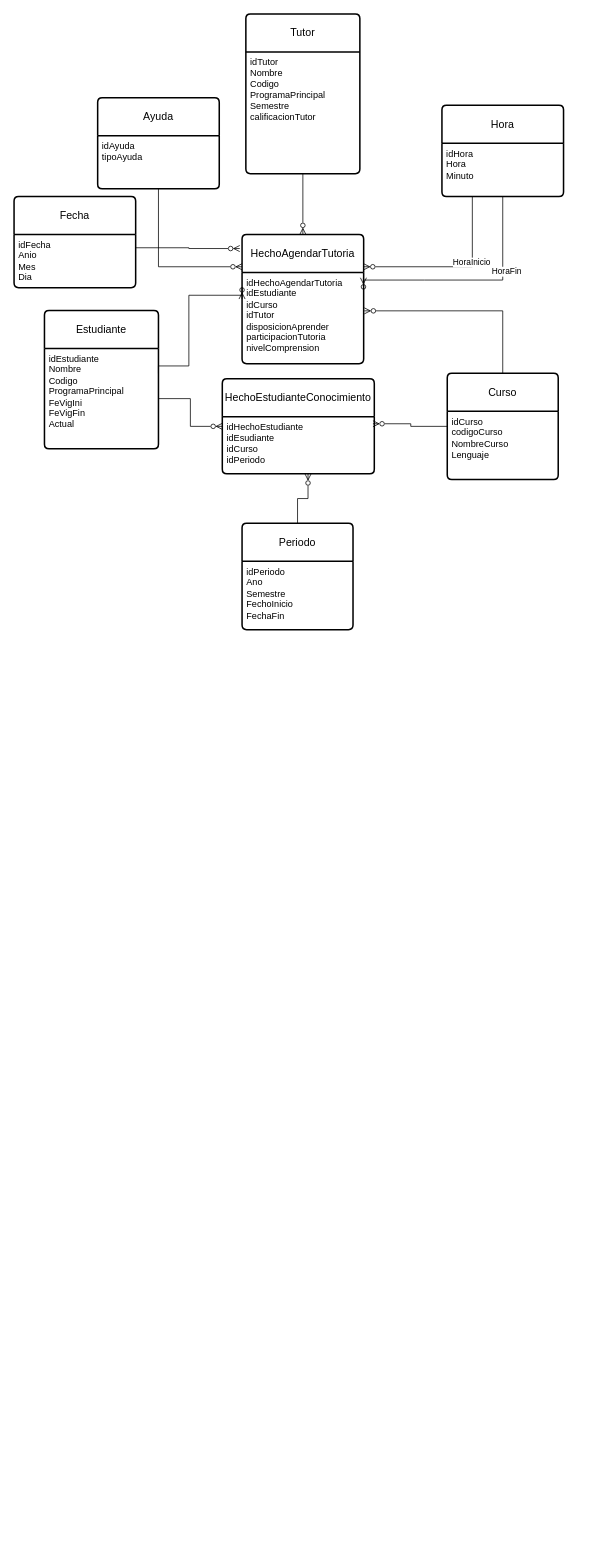
Before: PracticaP2.drawio in CamiloC21/DiagramasIN, a draw.io diagram. Source tidied: cells renumbered, new cells numbered last; positions are measured from the earlier drawing's top-left corner, leaving out a move shared by most shapes. Both pictures are drawn from the tidied source at 76%, with x=0, y=0 at pixel (14, 14).
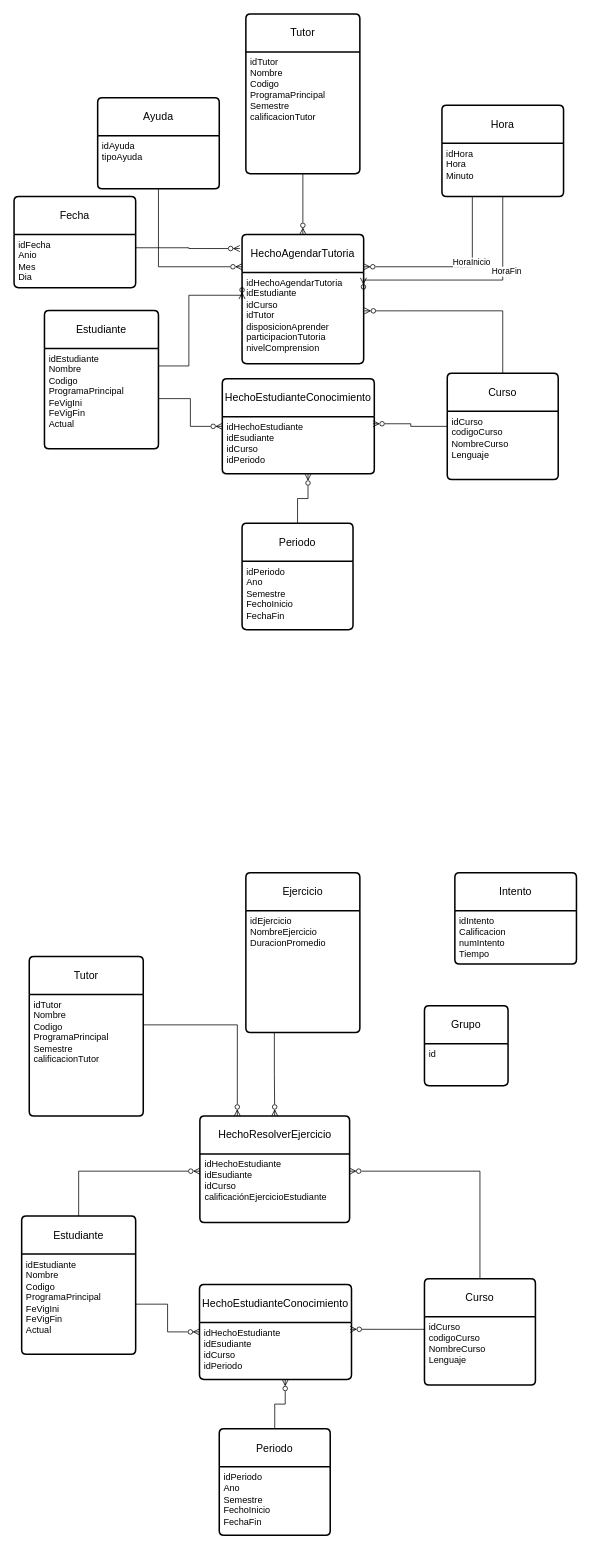
Above is the later version.

Diff of the diagram source:
```diff
@@
+    <mxCell id="32" style="edgeStyle=orthogonalEdgeStyle;rounded=0;jettySize=auto;html=1;exitX=0.5;exitY=0;exitDx=0;exitDy=0;entryX=0;entryY=0.25;entryDx=0;entryDy=0;endArrow=ERzeroToMany;endFill=0;" parent="1" edge="1" source="33" target="46">
+      <mxGeometry relative="1" as="geometry" />
+    </mxCell>
+    <mxCell id="33" value="Estudiante" style="swimlane;horizontal=1;startSize=50;rounded=1;fontSize=14;fontStyle=0;strokeWidth=2;shadow=0;dashed=0;align=center;arcSize=4;whiteSpace=wrap;html=1;" parent="1" vertex="1">
+      <mxGeometry x="10" y="1581.5" width="150" height="182" as="geometry" />
+    </mxCell>
+    <mxCell id="34" value="idEstudiante&lt;div&gt;Nombre&lt;/div&gt;&lt;div&gt;Codigo&lt;/div&gt;&lt;div&gt;ProgramaPrincipal&lt;/div&gt;&lt;div&gt;FeVigIni&lt;/div&gt;&lt;div&gt;FeVigFin&lt;/div&gt;&lt;div&gt;Actual&lt;/div&gt;" style="align=left;strokeColor=none;fillColor=none;spacingLeft=4;spacingRight=4;fontSize=12;verticalAlign=top;html=1;whiteSpace=wrap;" parent="33" vertex="1">
+      <mxGeometry y="50" width="150" height="132" as="geometry" />
+    </mxCell>
+    <mxCell id="35" value="HechoEstudianteConocimiento" style="swimlane;horizontal=1;startSize=50;rounded=1;fontSize=14;fontStyle=0;strokeWidth=2;shadow=0;dashed=0;align=center;arcSize=4;whiteSpace=wrap;html=1;" parent="1" vertex="1">
+      <mxGeometry x="244" y="1671.5" width="200" height="125" as="geometry" />
+    </mxCell>
+    <mxCell id="36" value="&lt;div&gt;idHechoEstudiante&lt;/div&gt;idEsudiante&lt;div&gt;idCurso&lt;/div&gt;&lt;div&gt;idPeriodo&lt;/div&gt;" style="align=left;strokeColor=none;fillColor=none;spacingLeft=4;spacingRight=4;fontSize=12;verticalAlign=top;html=1;whiteSpace=wrap;" parent="35" vertex="1">
+      <mxGeometry y="50" width="200" height="75" as="geometry" />
+    </mxCell>
+    <mxCell id="37" style="edgeStyle=orthogonalEdgeStyle;rounded=0;jettySize=auto;html=1;exitX=1;exitY=0.5;exitDx=0;exitDy=0;entryX=0;entryY=0.5;entryDx=0;entryDy=0;endArrow=ERzeroToMany;endFill=0;" parent="1" edge="1" source="34" target="35">
+      <mxGeometry relative="1" as="geometry" />
+    </mxCell>
+    <mxCell id="38" value="Periodo" style="swimlane;horizontal=1;startSize=50;rounded=1;fontSize=14;fontStyle=0;strokeWidth=2;shadow=0;dashed=0;align=center;arcSize=4;whiteSpace=wrap;html=1;" parent="1" vertex="1">
+      <mxGeometry x="270" y="1861.5" width="146" height="140" as="geometry" />
+    </mxCell>
+    <mxCell id="39" value="idPeriodo&lt;div&gt;Ano&lt;/div&gt;&lt;div&gt;Semestre&lt;/div&gt;&lt;div&gt;FechoInicio&lt;/div&gt;&lt;div&gt;FechaFin&lt;/div&gt;&lt;div&gt;&lt;br&gt;&lt;/div&gt;" style="align=left;strokeColor=none;fillColor=none;spacingLeft=4;spacingRight=4;fontSize=12;verticalAlign=top;html=1;whiteSpace=wrap;" parent="38" vertex="1">
+      <mxGeometry y="50" width="146" height="90" as="geometry" />
+    </mxCell>
+    <mxCell id="40" style="edgeStyle=orthogonalEdgeStyle;rounded=0;jettySize=auto;html=1;exitX=0.5;exitY=0;exitDx=0;exitDy=0;entryX=0.564;entryY=1;entryDx=0;entryDy=0;entryPerimeter=0;endArrow=ERzeroToMany;endFill=0;" parent="1" edge="1" source="38" target="36">
+      <mxGeometry relative="1" as="geometry" />
+    </mxCell>
+    <mxCell id="41" style="edgeStyle=orthogonalEdgeStyle;rounded=0;jettySize=auto;html=1;exitX=0.5;exitY=0;exitDx=0;exitDy=0;entryX=1;entryY=0.25;entryDx=0;entryDy=0;endArrow=ERzeroToMany;endFill=0;" parent="1" edge="1" source="42" target="46">
+      <mxGeometry relative="1" as="geometry" />
+    </mxCell>
+    <mxCell id="42" value="Curso" style="swimlane;horizontal=1;startSize=50;rounded=1;fontSize=14;fontStyle=0;strokeWidth=2;shadow=0;dashed=0;align=center;arcSize=4;whiteSpace=wrap;html=1;" parent="1" vertex="1">
+      <mxGeometry x="540" y="1664" width="146" height="140" as="geometry" />
+    </mxCell>
+    <mxCell id="43" value="&lt;div&gt;idCurso&lt;/div&gt;&lt;div&gt;codigoCurso&lt;/div&gt;&lt;div&gt;NombreCurso&lt;/div&gt;&lt;div&gt;Lenguaje&lt;/div&gt;" style="align=left;strokeColor=none;fillColor=none;spacingLeft=4;spacingRight=4;fontSize=12;verticalAlign=top;html=1;whiteSpace=wrap;" parent="42" vertex="1">
+      <mxGeometry y="50" width="146" height="90" as="geometry" />
+    </mxCell>
+    <mxCell id="44" style="edgeStyle=orthogonalEdgeStyle;rounded=0;jettySize=auto;html=1;exitX=0;exitY=0.5;exitDx=0;exitDy=0;entryX=0.991;entryY=0.121;entryDx=0;entryDy=0;entryPerimeter=0;endArrow=ERzeroToMany;endFill=0;" parent="1" edge="1" source="42" target="36">
+      <mxGeometry relative="1" as="geometry">
+        <Array as="points">
+          <mxPoint x="540" y="1731" />
+        </Array>
+      </mxGeometry>
+    </mxCell>
+    <mxCell id="45" value="HechoResolverEjercicio" style="swimlane;horizontal=1;startSize=50;rounded=1;fontSize=14;fontStyle=0;strokeWidth=2;shadow=0;dashed=0;align=center;arcSize=4;whiteSpace=wrap;html=1;" parent="1" vertex="1">
+      <mxGeometry x="244.5" y="1450" width="197" height="140" as="geometry" />
+    </mxCell>
+    <mxCell id="46" value="&lt;div&gt;idHechoEstudiante&lt;/div&gt;idEsudiante&lt;div&gt;idCurso&lt;/div&gt;&lt;div&gt;calificaciónEjercicioEstudiante&lt;/div&gt;" style="align=left;strokeColor=none;fillColor=none;spacingLeft=4;spacingRight=4;fontSize=12;verticalAlign=top;html=1;whiteSpace=wrap;" parent="45" vertex="1">
+      <mxGeometry y="50" width="197" height="90" as="geometry" />
+    </mxCell>
+    <mxCell id="47" value="Tutor" style="swimlane;horizontal=1;startSize=50;rounded=1;fontSize=14;fontStyle=0;strokeWidth=2;shadow=0;dashed=0;align=center;arcSize=4;whiteSpace=wrap;html=1;" parent="1" vertex="1">
+      <mxGeometry x="20" y="1240" width="150" height="210" as="geometry" />
+    </mxCell>
+    <mxCell id="48" value="idTutor&lt;div&gt;Nombre&lt;/div&gt;&lt;div&gt;Codigo&lt;/div&gt;&lt;div&gt;ProgramaPrincipal&lt;/div&gt;&lt;div&gt;Semestre&lt;/div&gt;&lt;div&gt;calificacionTutor&lt;/div&gt;&lt;div&gt;&lt;br&gt;&lt;/div&gt;" style="align=left;strokeColor=none;fillColor=none;spacingLeft=4;spacingRight=4;fontSize=12;verticalAlign=top;html=1;whiteSpace=wrap;" parent="47" vertex="1">
+      <mxGeometry y="50" width="150" height="160" as="geometry" />
+    </mxCell>
+    <mxCell id="49" style="edgeStyle=orthogonalEdgeStyle;rounded=0;jettySize=auto;html=1;exitX=1;exitY=0.25;exitDx=0;exitDy=0;entryX=0.25;entryY=0;entryDx=0;entryDy=0;endArrow=ERzeroToMany;endFill=0;" parent="1" edge="1" source="48" target="45">
+      <mxGeometry relative="1" as="geometry" />
+    </mxCell>
+    <mxCell id="50" value="Ejercicio" style="swimlane;horizontal=1;startSize=50;rounded=1;fontSize=14;fontStyle=0;strokeWidth=2;shadow=0;dashed=0;align=center;arcSize=4;whiteSpace=wrap;html=1;" parent="1" vertex="1">
+      <mxGeometry x="305" y="1130" width="150" height="210" as="geometry" />
+    </mxCell>
+    <mxCell id="51" value="idEjercicio&lt;div&gt;NombreEjercicio&lt;/div&gt;&lt;div&gt;DuracionPromedio&lt;br&gt;&lt;div&gt;&lt;br&gt;&lt;/div&gt;&lt;/div&gt;" style="align=left;strokeColor=none;fillColor=none;spacingLeft=4;spacingRight=4;fontSize=12;verticalAlign=top;html=1;whiteSpace=wrap;" parent="50" vertex="1">
+      <mxGeometry y="50" width="150" height="160" as="geometry" />
+    </mxCell>
+    <mxCell id="52" style="edgeStyle=orthogonalEdgeStyle;rounded=0;jettySize=auto;html=1;exitX=0.25;exitY=1;exitDx=0;exitDy=0;entryX=0.5;entryY=0;entryDx=0;entryDy=0;endArrow=ERzeroToMany;endFill=0;" parent="1" edge="1" source="51" target="45">
+      <mxGeometry relative="1" as="geometry" />
+    </mxCell>
+    <mxCell id="53" value="Intento" style="swimlane;horizontal=1;startSize=50;rounded=1;fontSize=14;fontStyle=0;strokeWidth=2;shadow=0;dashed=0;align=center;arcSize=4;whiteSpace=wrap;html=1;" parent="1" vertex="1">
+      <mxGeometry x="580" y="1130" width="160" height="120" as="geometry" />
+    </mxCell>
+    <mxCell id="54" value="idIntento&lt;div&gt;Calificacion&lt;/div&gt;&lt;div&gt;numIntento&lt;/div&gt;&lt;div&gt;Tiempo&lt;/div&gt;" style="align=left;strokeColor=none;fillColor=none;spacingLeft=4;spacingRight=4;fontSize=12;verticalAlign=top;html=1;whiteSpace=wrap;" parent="53" vertex="1">
+      <mxGeometry y="50" width="160" height="70" as="geometry" />
+    </mxCell>
+    <mxCell id="55" value="Grupo" style="swimlane;horizontal=1;startSize=50;rounded=1;fontSize=14;fontStyle=0;strokeWidth=2;shadow=0;dashed=0;align=center;arcSize=4;whiteSpace=wrap;html=1;" parent="1" vertex="1">
+      <mxGeometry x="540" y="1305" width="110" height="105" as="geometry" />
+    </mxCell>
+    <mxCell id="56" value="id" style="align=left;strokeColor=none;fillColor=none;spacingLeft=4;spacingRight=4;fontSize=12;verticalAlign=top;html=1;whiteSpace=wrap;" parent="55" vertex="1">
+      <mxGeometry y="50" width="110" height="55" as="geometry" />
+    </mxCell>
```
